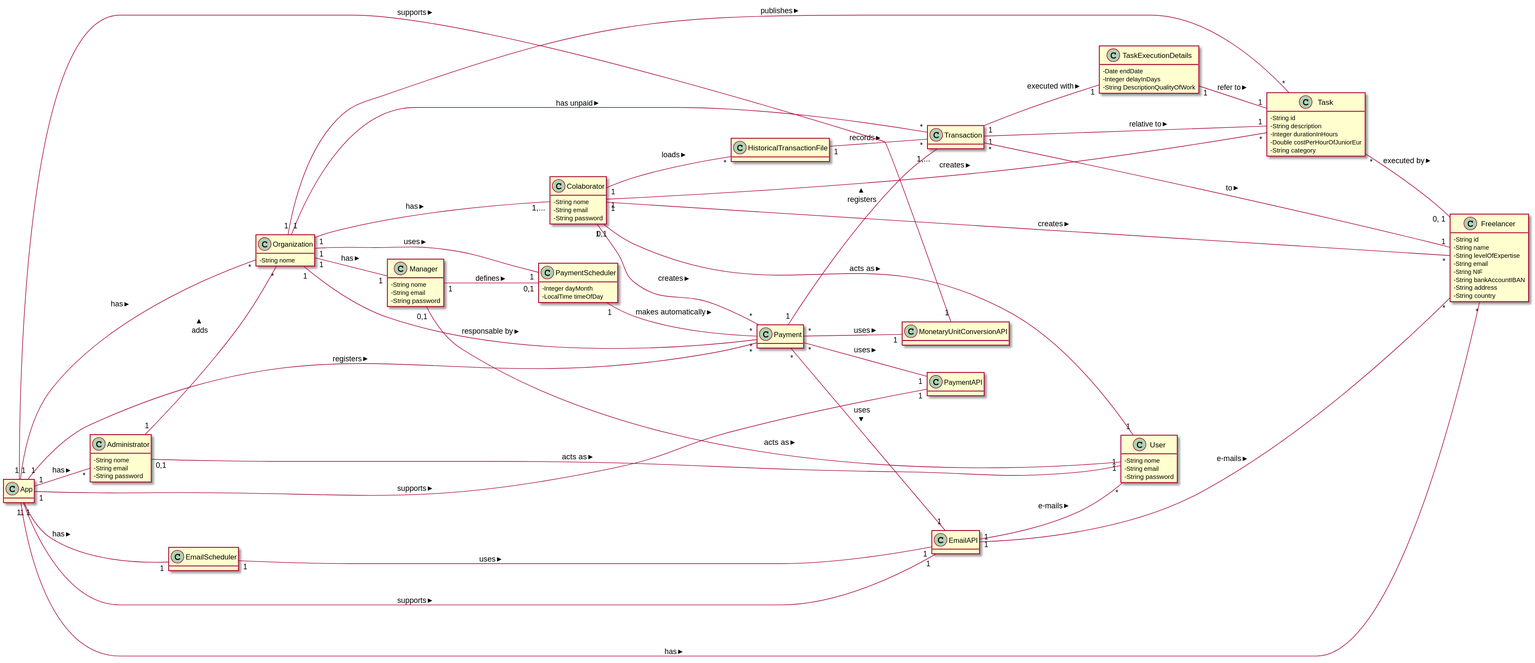
botelho-io/lapr2-2020-g029 keeps this PlantUML diagram as docs/MD/MD.svg. Above is the earlier version.
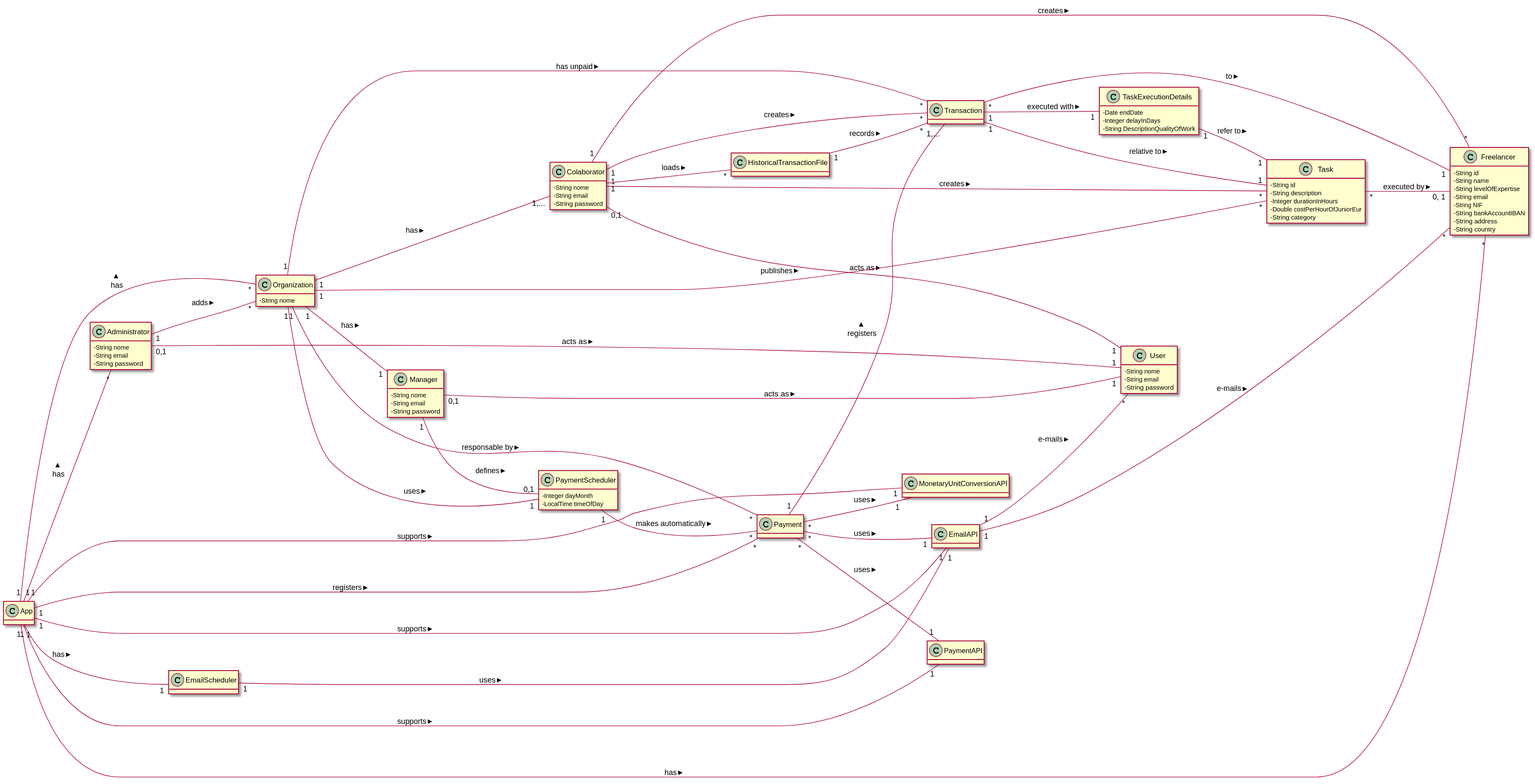
Above is the later version.

Diff of the diagram source:
```diff
@@ -78,7 +78,7 @@
         - String country
 }
 
-Colaborator                  "1" -- "*"      Payment                   : creates >
+Colaborator                  "1" -- "*"      Transaction               : creates >
 Colaborator                  "1" -- "*"      Task                      : creates >
 Colaborator                  "1" -- "*"      Freelancer                : creates >
 Colaborator                  "1" -- "*"      HistoricalTransactionFile : loads >
```
